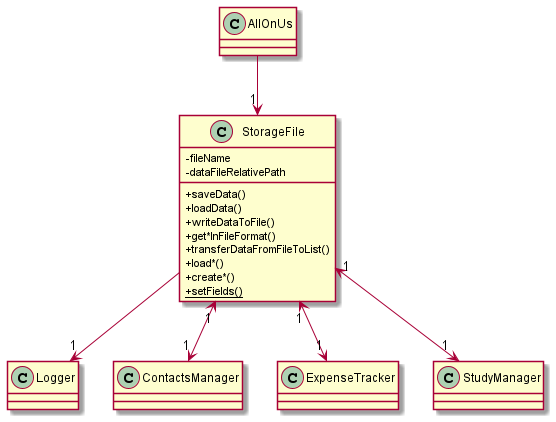
Earlier version of the PlantUML export docs/images/StorageFileClassDiagram.png (nus-cs2113-AY2122S2/tp). Its diagram source:
```plantuml
@startuml

skinparam classAttributeIconSize 0
skinparam guillemet false

class StorageFile
StorageFile : -fileName
StorageFile : -dataFileRelativePath
StorageFile : +saveData()
StorageFile : +loadData()
StorageFile : +writeDataToFile()
StorageFile : +get*InFileFormat()
StorageFile : +transferDataFromFileToList()
StorageFile : +load*()
StorageFile : +create*()
StorageFile : <u>+setFields()



class Logger

class ContactsManager

class ExpenseTracker

class StudyManager

class AllOnUs

AllOnUs --> "1" StorageFile
StorageFile --> "1" Logger
StorageFile "1" <--> "1" StudyManager
StorageFile "1" <--> "1" ContactsManager
StorageFile "1" <--> "1" ExpenseTracker

@enduml
```
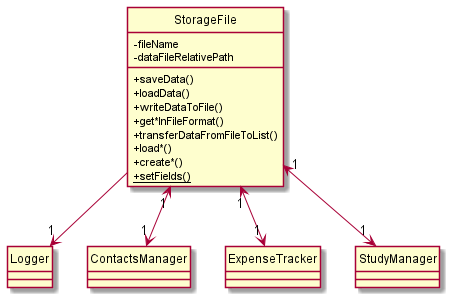
After the change.

Change to the diagram source:
```diff
@@ -3,6 +3,7 @@
 skinparam classAttributeIconSize 0
 skinparam guillemet false
 
+hide circle
 class StorageFile
 StorageFile : -fileName
 StorageFile : -dataFileRelativePath
@@ -25,9 +26,7 @@
 
 class StudyManager
 
-class AllOnUs
 
-AllOnUs --> "1" StorageFile
 StorageFile --> "1" Logger
 StorageFile "1" <--> "1" StudyManager
 StorageFile "1" <--> "1" ContactsManager
```
